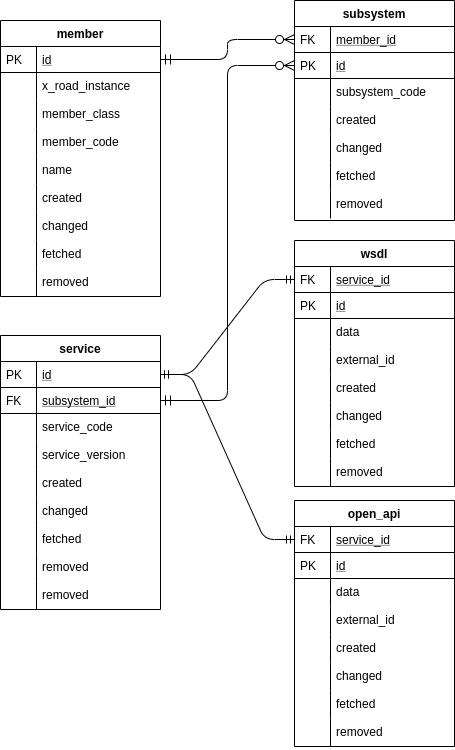
Earlier version of the draw.io export xroad-catalog-persistence/db_member.png (vrk-kpa/xroad-catalog). Source tidied: cells renumbered, new cells last; positions are measured from the earlier drawing's top-left corner, leaving out a move shared by most shapes.
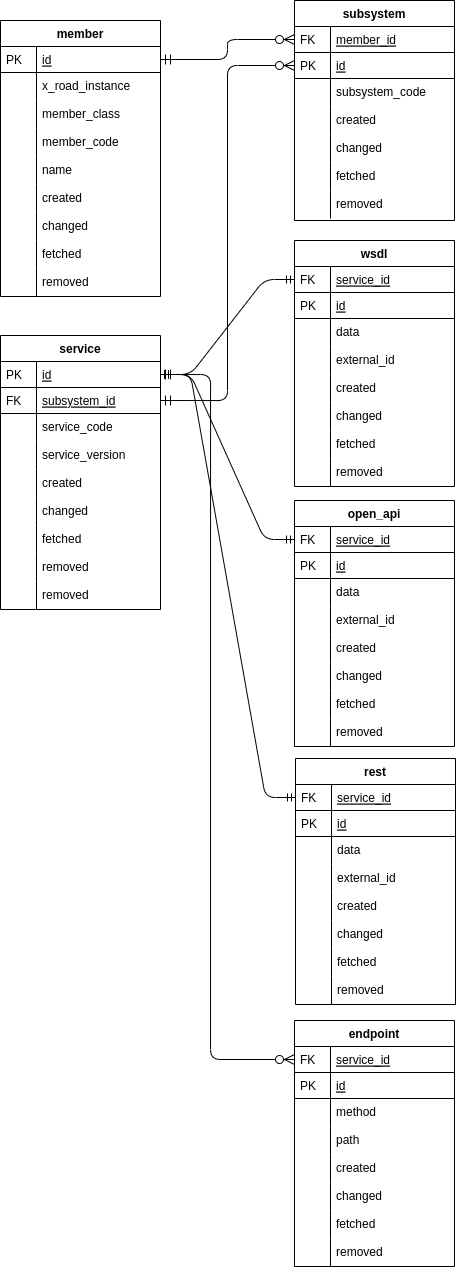
After the change.

What changed in the source:
```diff
@@ -275,5 +275,118 @@
     <mxCell id="92" style="shape=partialRectangle;top=0;left=0;bottom=0;fillColor=none;align=left;verticalAlign=top;spacingLeft=4;spacingRight=4;overflow=hidden;" parent="91" vertex="1">
       <mxGeometry width="36" height="28" as="geometry" />
     </mxCell>
+    <mxCell id="93" value="rest" style="swimlane;fontStyle=1;horizontal=1;startSize=26;rounded=0;shadow=0;strokeWidth=1;" parent="1" vertex="1">
+      <mxGeometry x="295" y="758" width="160" height="246" as="geometry" />
+    </mxCell>
+    <mxCell id="94" value="service_id" style="shape=partialRectangle;top=0;left=0;right=0;bottom=1;align=left;verticalAlign=top;fillColor=none;spacingLeft=40;spacingRight=4;overflow=hidden;points=[[0,0.5],[1,0.5]];portConstraint=eastwest;rounded=0;shadow=0;strokeWidth=1;fontStyle=4;" parent="93" vertex="1">
+      <mxGeometry y="26" width="160" height="26" as="geometry" />
+    </mxCell>
+    <mxCell id="95" value="FK" style="shape=partialRectangle;top=0;left=0;bottom=0;fillColor=none;align=left;verticalAlign=top;spacingLeft=4;spacingRight=4;overflow=hidden;" parent="94" vertex="1">
+      <mxGeometry width="36" height="26" as="geometry" />
+    </mxCell>
+    <mxCell id="96" value="id" style="shape=partialRectangle;top=0;left=0;right=0;bottom=1;align=left;verticalAlign=top;fillColor=none;spacingLeft=40;spacingRight=4;overflow=hidden;rounded=0;shadow=0;strokeWidth=1;fontStyle=4;" parent="93" vertex="1">
+      <mxGeometry y="52" width="160" height="26" as="geometry" />
+    </mxCell>
+    <mxCell id="97" value="PK" style="shape=partialRectangle;top=0;left=0;bottom=0;fillColor=none;align=left;verticalAlign=top;spacingLeft=4;spacingRight=4;overflow=hidden;" parent="96" vertex="1">
+      <mxGeometry width="36" height="26" as="geometry" />
+    </mxCell>
+    <mxCell id="98" value="data" style="shape=partialRectangle;top=0;left=0;right=0;bottom=0;align=left;verticalAlign=top;fillColor=none;spacingLeft=40;spacingRight=4;overflow=hidden;rounded=0;shadow=0;strokeWidth=1;" parent="93" vertex="1">
+      <mxGeometry y="78" width="160" height="28" as="geometry" />
+    </mxCell>
+    <mxCell id="99" style="shape=partialRectangle;top=0;left=0;bottom=0;fillColor=none;align=left;verticalAlign=top;spacingLeft=4;spacingRight=4;overflow=hidden;" parent="98" vertex="1">
+      <mxGeometry width="36" height="28" as="geometry" />
+    </mxCell>
+    <mxCell id="100" value="external_id" style="shape=partialRectangle;top=0;left=0;right=0;bottom=0;align=left;verticalAlign=top;fillColor=none;spacingLeft=40;spacingRight=4;overflow=hidden;rounded=0;shadow=0;strokeWidth=1;" parent="93" vertex="1">
+      <mxGeometry y="106" width="160" height="28" as="geometry" />
+    </mxCell>
+    <mxCell id="101" style="shape=partialRectangle;top=0;left=0;bottom=0;fillColor=none;align=left;verticalAlign=top;spacingLeft=4;spacingRight=4;overflow=hidden;" parent="100" vertex="1">
+      <mxGeometry width="36" height="28" as="geometry" />
+    </mxCell>
+    <mxCell id="102" value="created" style="shape=partialRectangle;top=0;left=0;right=0;bottom=0;align=left;verticalAlign=top;fillColor=none;spacingLeft=40;spacingRight=4;overflow=hidden;rounded=0;shadow=0;strokeWidth=1;" parent="93" vertex="1">
+      <mxGeometry y="134" width="160" height="28" as="geometry" />
+    </mxCell>
+    <mxCell id="103" style="shape=partialRectangle;top=0;left=0;bottom=0;fillColor=none;align=left;verticalAlign=top;spacingLeft=4;spacingRight=4;overflow=hidden;" parent="102" vertex="1">
+      <mxGeometry width="36" height="28" as="geometry" />
+    </mxCell>
+    <mxCell id="104" value="changed" style="shape=partialRectangle;top=0;left=0;right=0;bottom=0;align=left;verticalAlign=top;fillColor=none;spacingLeft=40;spacingRight=4;overflow=hidden;rounded=0;shadow=0;strokeWidth=1;" parent="93" vertex="1">
+      <mxGeometry y="162" width="160" height="28" as="geometry" />
+    </mxCell>
+    <mxCell id="105" style="shape=partialRectangle;top=0;left=0;bottom=0;fillColor=none;align=left;verticalAlign=top;spacingLeft=4;spacingRight=4;overflow=hidden;" parent="104" vertex="1">
+      <mxGeometry width="36" height="28" as="geometry" />
+    </mxCell>
+    <mxCell id="106" value="fetched" style="shape=partialRectangle;top=0;left=0;right=0;bottom=0;align=left;verticalAlign=top;fillColor=none;spacingLeft=40;spacingRight=4;overflow=hidden;rounded=0;shadow=0;strokeWidth=1;" parent="93" vertex="1">
+      <mxGeometry y="190" width="160" height="28" as="geometry" />
+    </mxCell>
+    <mxCell id="107" style="shape=partialRectangle;top=0;left=0;bottom=0;fillColor=none;align=left;verticalAlign=top;spacingLeft=4;spacingRight=4;overflow=hidden;" parent="106" vertex="1">
+      <mxGeometry width="36" height="28" as="geometry" />
+    </mxCell>
+    <mxCell id="108" value="removed" style="shape=partialRectangle;top=0;left=0;right=0;bottom=0;align=left;verticalAlign=top;fillColor=none;spacingLeft=40;spacingRight=4;overflow=hidden;rounded=0;shadow=0;strokeWidth=1;" parent="93" vertex="1">
+      <mxGeometry y="218" width="160" height="28" as="geometry" />
+    </mxCell>
+    <mxCell id="109" style="shape=partialRectangle;top=0;left=0;bottom=0;fillColor=none;align=left;verticalAlign=top;spacingLeft=4;spacingRight=4;overflow=hidden;" parent="108" vertex="1">
+      <mxGeometry width="36" height="28" as="geometry" />
+    </mxCell>
+    <mxCell id="110" style="edgeStyle=entityRelationEdgeStyle;fontSize=12;html=1;endArrow=ERmandOne;startArrow=ERmandOne;entryX=0;entryY=0.5;entryDx=0;entryDy=0;exitX=1;exitY=0.5;exitDx=0;exitDy=0;" parent="1" edge="1" source="75" target="94">
+      <mxGeometry relative="1" as="geometry" />
+    </mxCell>
+    <mxCell id="111" value="endpoint" style="swimlane;fontStyle=1;horizontal=1;startSize=26;rounded=0;shadow=0;strokeWidth=1;" parent="1" vertex="1">
+      <mxGeometry x="294" y="1020" width="160" height="246" as="geometry" />
+    </mxCell>
+    <mxCell id="112" value="service_id" style="shape=partialRectangle;top=0;left=0;right=0;bottom=1;align=left;verticalAlign=top;fillColor=none;spacingLeft=40;spacingRight=4;overflow=hidden;points=[[0,0.5],[1,0.5]];portConstraint=eastwest;rounded=0;shadow=0;strokeWidth=1;fontStyle=4;" parent="111" vertex="1">
+      <mxGeometry y="26" width="160" height="26" as="geometry" />
+    </mxCell>
+    <mxCell id="113" value="FK" style="shape=partialRectangle;top=0;left=0;bottom=0;fillColor=none;align=left;verticalAlign=top;spacingLeft=4;spacingRight=4;overflow=hidden;" parent="112" vertex="1">
+      <mxGeometry width="36" height="26" as="geometry" />
+    </mxCell>
+    <mxCell id="114" value="id" style="shape=partialRectangle;top=0;left=0;right=0;bottom=1;align=left;verticalAlign=top;fillColor=none;spacingLeft=40;spacingRight=4;overflow=hidden;rounded=0;shadow=0;strokeWidth=1;fontStyle=4;" parent="111" vertex="1">
+      <mxGeometry y="52" width="160" height="26" as="geometry" />
+    </mxCell>
+    <mxCell id="115" value="PK" style="shape=partialRectangle;top=0;left=0;bottom=0;fillColor=none;align=left;verticalAlign=top;spacingLeft=4;spacingRight=4;overflow=hidden;" parent="114" vertex="1">
+      <mxGeometry width="36" height="26" as="geometry" />
+    </mxCell>
+    <mxCell id="116" value="method" style="shape=partialRectangle;top=0;left=0;right=0;bottom=0;align=left;verticalAlign=top;fillColor=none;spacingLeft=40;spacingRight=4;overflow=hidden;rounded=0;shadow=0;strokeWidth=1;" parent="111" vertex="1">
+      <mxGeometry y="78" width="160" height="28" as="geometry" />
+    </mxCell>
+    <mxCell id="117" style="shape=partialRectangle;top=0;left=0;bottom=0;fillColor=none;align=left;verticalAlign=top;spacingLeft=4;spacingRight=4;overflow=hidden;" parent="116" vertex="1">
+      <mxGeometry width="36" height="28" as="geometry" />
+    </mxCell>
+    <mxCell id="118" value="path" style="shape=partialRectangle;top=0;left=0;right=0;bottom=0;align=left;verticalAlign=top;fillColor=none;spacingLeft=40;spacingRight=4;overflow=hidden;rounded=0;shadow=0;strokeWidth=1;" parent="111" vertex="1">
+      <mxGeometry y="106" width="160" height="28" as="geometry" />
+    </mxCell>
+    <mxCell id="119" style="shape=partialRectangle;top=0;left=0;bottom=0;fillColor=none;align=left;verticalAlign=top;spacingLeft=4;spacingRight=4;overflow=hidden;" parent="118" vertex="1">
+      <mxGeometry width="36" height="28" as="geometry" />
+    </mxCell>
+    <mxCell id="120" value="created" style="shape=partialRectangle;top=0;left=0;right=0;bottom=0;align=left;verticalAlign=top;fillColor=none;spacingLeft=40;spacingRight=4;overflow=hidden;rounded=0;shadow=0;strokeWidth=1;" parent="111" vertex="1">
+      <mxGeometry y="134" width="160" height="28" as="geometry" />
+    </mxCell>
+    <mxCell id="121" style="shape=partialRectangle;top=0;left=0;bottom=0;fillColor=none;align=left;verticalAlign=top;spacingLeft=4;spacingRight=4;overflow=hidden;" parent="120" vertex="1">
+      <mxGeometry width="36" height="28" as="geometry" />
+    </mxCell>
+    <mxCell id="122" value="changed" style="shape=partialRectangle;top=0;left=0;right=0;bottom=0;align=left;verticalAlign=top;fillColor=none;spacingLeft=40;spacingRight=4;overflow=hidden;rounded=0;shadow=0;strokeWidth=1;" parent="111" vertex="1">
+      <mxGeometry y="162" width="160" height="28" as="geometry" />
+    </mxCell>
+    <mxCell id="123" style="shape=partialRectangle;top=0;left=0;bottom=0;fillColor=none;align=left;verticalAlign=top;spacingLeft=4;spacingRight=4;overflow=hidden;" parent="122" vertex="1">
+      <mxGeometry width="36" height="28" as="geometry" />
+    </mxCell>
+    <mxCell id="124" value="fetched" style="shape=partialRectangle;top=0;left=0;right=0;bottom=0;align=left;verticalAlign=top;fillColor=none;spacingLeft=40;spacingRight=4;overflow=hidden;rounded=0;shadow=0;strokeWidth=1;" parent="111" vertex="1">
+      <mxGeometry y="190" width="160" height="28" as="geometry" />
+    </mxCell>
+    <mxCell id="125" style="shape=partialRectangle;top=0;left=0;bottom=0;fillColor=none;align=left;verticalAlign=top;spacingLeft=4;spacingRight=4;overflow=hidden;" parent="124" vertex="1">
+      <mxGeometry width="36" height="28" as="geometry" />
+    </mxCell>
+    <mxCell id="126" value="removed" style="shape=partialRectangle;top=0;left=0;right=0;bottom=0;align=left;verticalAlign=top;fillColor=none;spacingLeft=40;spacingRight=4;overflow=hidden;rounded=0;shadow=0;strokeWidth=1;" parent="111" vertex="1">
+      <mxGeometry y="218" width="160" height="28" as="geometry" />
+    </mxCell>
+    <mxCell id="127" style="shape=partialRectangle;top=0;left=0;bottom=0;fillColor=none;align=left;verticalAlign=top;spacingLeft=4;spacingRight=4;overflow=hidden;" parent="126" vertex="1">
+      <mxGeometry width="36" height="28" as="geometry" />
+    </mxCell>
+    <mxCell id="128" style="edgeStyle=orthogonalEdgeStyle;endArrow=ERzeroToMany;startArrow=ERmandOne;shadow=0;strokeWidth=1;endSize=8;startSize=8;entryX=0;entryY=0.5;entryDx=0;entryDy=0;exitX=1;exitY=0.5;exitDx=0;exitDy=0;" parent="1" edge="1" source="75" target="112">
+      <mxGeometry relative="1" as="geometry">
+        <Array as="points">
+          <mxPoint x="210" y="374" />
+          <mxPoint x="210" y="1059" />
+        </Array>
+      </mxGeometry>
+    </mxCell>
   </root>
 </mxGraphModel>
```
